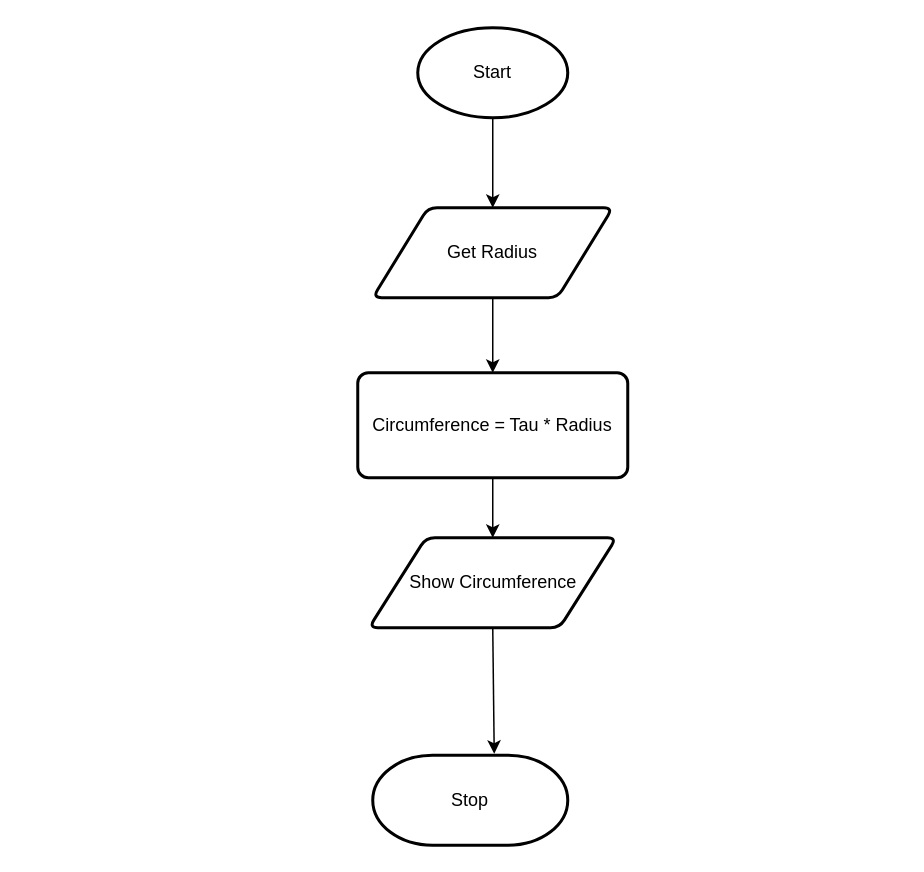
Above: flowchart.drawio in Ethan-Prieur1/ICS3U-Unit4-03-Python (draw.io), before the change. Source tidied: cells renumbered, new cells numbered last; positions are measured from the earlier drawing's top-left corner, leaving out a move shared by most shapes. Both pictures are drawn from the tidied source at 150%, with x=0, y=0 at pixel (357, 27).
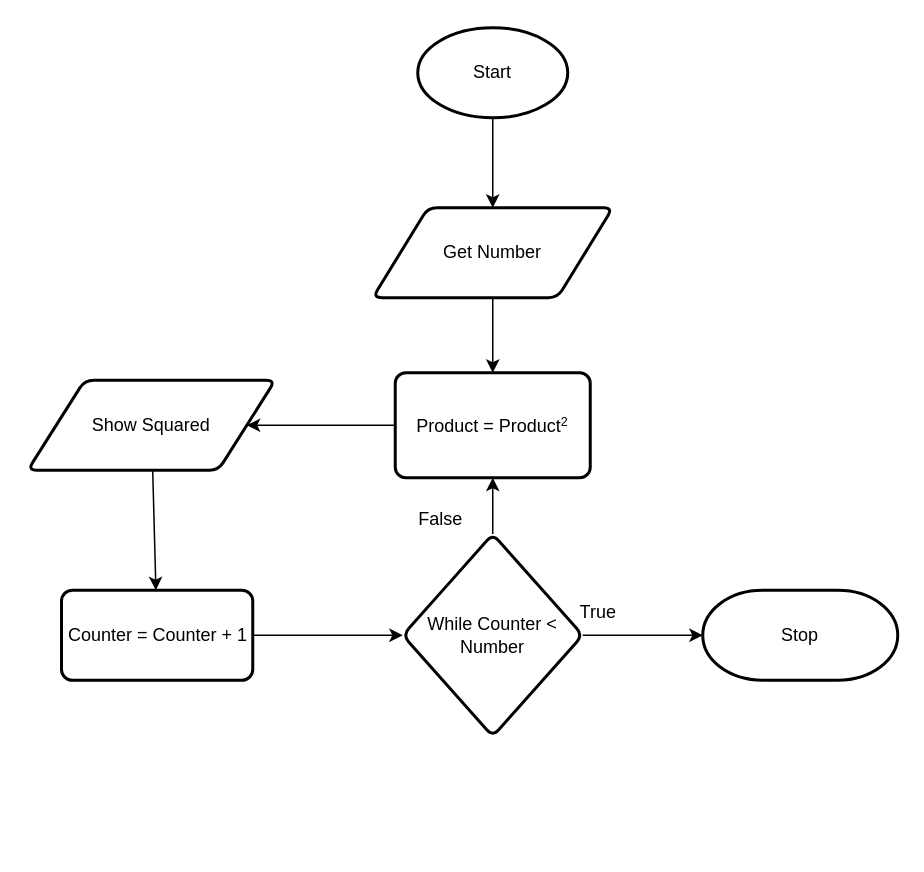
The same page after the edit.

What changed in the source:
```diff
@@
 <mxGraphModel>
   <root>
     <mxCell id="0" />
     <mxCell id="1" parent="0" />
     <mxCell id="2" style="edgeStyle=none;html=1;exitX=0.5;exitY=1;exitDx=0;exitDy=0;exitPerimeter=0;entryX=0.5;entryY=0;entryDx=0;entryDy=0;" parent="1" edge="1" source="3" target="5">
       <mxGeometry relative="1" as="geometry" />
     </mxCell>
     <mxCell id="3" value="Start" style="strokeWidth=2;html=1;shape=mxgraph.flowchart.start_1;whiteSpace=wrap;" parent="1" vertex="1">
       <mxGeometry x="40" width="100" height="60" as="geometry" />
     </mxCell>
     <mxCell id="4" style="edgeStyle=none;html=1;exitX=0.5;exitY=1;exitDx=0;exitDy=0;entryX=0.5;entryY=0;entryDx=0;entryDy=0;" parent="1" edge="1" source="5" target="7">
       <mxGeometry relative="1" as="geometry" />
     </mxCell>
-    <mxCell id="5" value="Get Radius" style="shape=parallelogram;html=1;strokeWidth=2;perimeter=parallelogramPerimeter;whiteSpace=wrap;rounded=1;arcSize=12;size=0.23;" parent="1" vertex="1">
+    <mxCell id="5" value="Get Number" style="shape=parallelogram;html=1;strokeWidth=2;perimeter=parallelogramPerimeter;whiteSpace=wrap;rounded=1;arcSize=12;size=0.23;" parent="1" vertex="1">
       <mxGeometry x="10" y="120" width="160" height="60" as="geometry" />
     </mxCell>
-    <mxCell id="6" style="edgeStyle=none;html=1;exitX=0.5;exitY=1;exitDx=0;exitDy=0;entryX=0.5;entryY=0;entryDx=0;entryDy=0;" parent="1" edge="1" source="7" target="9">
-      <mxGeometry relative="1" as="geometry" />
-    </mxCell>
+    <mxCell id="8" style="edgeStyle=none;html=1;" parent="1" edge="1" source="7" target="9">
+      <mxGeometry relative="1" as="geometry" />
+    </mxCell>
-    <mxCell id="7" value="Circumference = Tau * Radius" style="rounded=1;whiteSpace=wrap;html=1;absoluteArcSize=1;arcSize=14;strokeWidth=2;" parent="1" vertex="1">
-      <mxGeometry y="230" width="180" height="70" as="geometry" />
+    <mxCell id="7" value="&lt;div style=&quot;text-align: left&quot;&gt;&lt;span&gt;Product = Product&lt;span style=&quot;font-size: 10px&quot;&gt;&lt;sup&gt;2&lt;/sup&gt;&lt;/span&gt;&lt;/span&gt;&lt;/div&gt;" style="rounded=1;whiteSpace=wrap;html=1;absoluteArcSize=1;arcSize=14;strokeWidth=2;" parent="1" vertex="1">
+      <mxGeometry x="25" y="230" width="130" height="70" as="geometry" />
     </mxCell>
-    <mxCell id="8" style="edgeStyle=none;html=1;exitX=0.5;exitY=1;exitDx=0;exitDy=0;entryX=0.623;entryY=-0.017;entryDx=0;entryDy=0;entryPerimeter=0;" parent="1" edge="1" source="9" target="10">
-      <mxGeometry relative="1" as="geometry" />
-    </mxCell>
+    <mxCell id="11" style="edgeStyle=none;html=1;" parent="1" edge="1" source="9" target="13">
+      <mxGeometry relative="1" as="geometry" />
+    </mxCell>
-    <mxCell id="9" value="Show Circumference" style="shape=parallelogram;html=1;strokeWidth=2;perimeter=parallelogramPerimeter;whiteSpace=wrap;rounded=1;arcSize=12;size=0.23;" parent="1" vertex="1">
-      <mxGeometry x="7.5" y="340" width="165" height="60" as="geometry" />
+    <mxCell id="9" value="Show Squared" style="shape=parallelogram;html=1;strokeWidth=2;perimeter=parallelogramPerimeter;whiteSpace=wrap;rounded=1;arcSize=12;size=0.23;" parent="1" vertex="1">
+      <mxGeometry x="-220" y="235" width="165" height="60" as="geometry" />
     </mxCell>
     <mxCell id="10" value="Stop" style="strokeWidth=2;html=1;shape=mxgraph.flowchart.terminator;whiteSpace=wrap;" parent="1" vertex="1">
-      <mxGeometry x="10" y="485" width="130" height="60" as="geometry" />
+      <mxGeometry x="230" y="375" width="130" height="60" as="geometry" />
     </mxCell>
+    <mxCell id="12" style="edgeStyle=none;html=1;entryX=0;entryY=0.5;entryDx=0;entryDy=0;" parent="1" edge="1" source="13" target="16">
+      <mxGeometry relative="1" as="geometry" />
+    </mxCell>
+    <mxCell id="13" value="Counter = Counter + 1" style="whiteSpace=wrap;html=1;strokeWidth=2;rounded=1;arcSize=12;" parent="1" vertex="1">
+      <mxGeometry x="-197.5" y="375" width="127.5" height="60" as="geometry" />
+    </mxCell>
+    <mxCell id="14" style="edgeStyle=none;html=1;" parent="1" edge="1" source="16" target="7">
+      <mxGeometry relative="1" as="geometry" />
+    </mxCell>
+    <mxCell id="15" style="edgeStyle=none;html=1;exitX=1;exitY=0.5;exitDx=0;exitDy=0;" parent="1" edge="1" source="16" target="10">
+      <mxGeometry relative="1" as="geometry" />
+    </mxCell>
+    <mxCell id="16" value="While Counter &amp;lt; Number" style="rhombus;whiteSpace=wrap;html=1;strokeWidth=2;rounded=1;arcSize=12;" parent="1" vertex="1">
+      <mxGeometry x="30" y="337.5" width="120" height="135" as="geometry" />
+    </mxCell>
+    <mxCell id="17" value="False" style="text;html=1;align=center;verticalAlign=middle;strokeColor=none;fillColor=none;" parent="1" vertex="1">
+      <mxGeometry x="30" y="317.5" width="50" height="20" as="geometry" />
+    </mxCell>
+    <mxCell id="18" value="True" style="text;html=1;align=center;verticalAlign=middle;strokeColor=none;fillColor=none;" parent="1" vertex="1">
+      <mxGeometry x="140" y="380" width="40" height="20" as="geometry" />
+    </mxCell>
   </root>
 </mxGraphModel>
```
